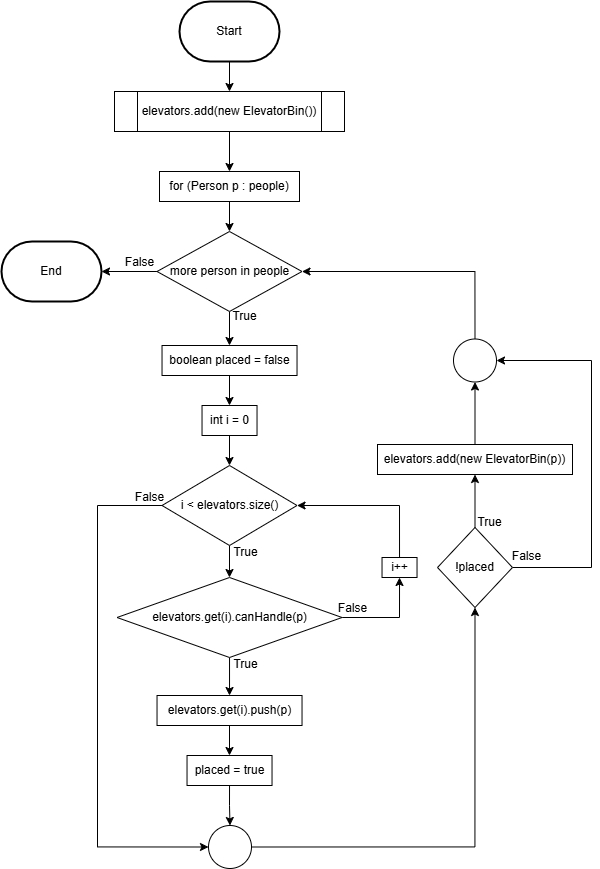
This is flowcharts/flowcharts-firstFit().drawio.png from Violetlily6060/Algorithm, a draw.io export, as it was before one commit. Source tidied: cells renumbered, new cells last; positions are measured from the earlier drawing's top-left corner, leaving out a move shared by most shapes. The source it was exported from:
```xml
<mxGraphModel>
  <root>
    <mxCell id="0" />
    <mxCell id="1" parent="0" />
    <mxCell id="2" style="edgeStyle=orthogonalEdgeStyle;rounded=0;jettySize=auto;html=1;" parent="1" edge="1" source="3" target="5">
      <mxGeometry relative="1" as="geometry" />
    </mxCell>
    <mxCell id="3" value="Start" style="strokeWidth=2;html=1;shape=mxgraph.flowchart.terminator;whiteSpace=wrap;" parent="1" vertex="1">
      <mxGeometry x="178" width="100" height="60" as="geometry" />
    </mxCell>
    <mxCell id="4" style="edgeStyle=orthogonalEdgeStyle;rounded=0;jettySize=auto;html=1;" parent="1" edge="1" source="5" target="7">
      <mxGeometry relative="1" as="geometry" />
    </mxCell>
    <mxCell id="5" value="elevators.add(new ElevatorBin())" style="shape=process;whiteSpace=wrap;html=1;backgroundOutline=1;" parent="1" vertex="1">
      <mxGeometry x="113" y="90" width="230" height="40" as="geometry" />
    </mxCell>
    <mxCell id="6" style="edgeStyle=orthogonalEdgeStyle;rounded=0;jettySize=auto;html=1;" parent="1" edge="1" source="7" target="10">
      <mxGeometry relative="1" as="geometry" />
    </mxCell>
    <mxCell id="7" value="for (Person p : people)" style="rounded=0;whiteSpace=wrap;html=1;" parent="1" vertex="1">
      <mxGeometry x="158" y="170" width="140" height="30" as="geometry" />
    </mxCell>
    <mxCell id="8" style="edgeStyle=orthogonalEdgeStyle;rounded=0;jettySize=auto;html=1;" parent="1" edge="1" source="10" target="42">
      <mxGeometry relative="1" as="geometry" />
    </mxCell>
    <mxCell id="9" style="edgeStyle=orthogonalEdgeStyle;rounded=0;jettySize=auto;html=1;" parent="1" edge="1" source="10" target="24">
      <mxGeometry relative="1" as="geometry" />
    </mxCell>
    <mxCell id="10" value="more person in people" style="rhombus;whiteSpace=wrap;html=1;" parent="1" vertex="1">
      <mxGeometry x="155.5" y="230" width="145" height="80" as="geometry" />
    </mxCell>
    <mxCell id="11" style="edgeStyle=orthogonalEdgeStyle;rounded=0;jettySize=auto;html=1;" parent="1" edge="1" source="12" target="15">
      <mxGeometry relative="1" as="geometry" />
    </mxCell>
    <mxCell id="12" value="int i = 0" style="rounded=0;whiteSpace=wrap;html=1;" parent="1" vertex="1">
      <mxGeometry x="200.5" y="404" width="55" height="30" as="geometry" />
    </mxCell>
    <mxCell id="13" style="edgeStyle=orthogonalEdgeStyle;rounded=0;jettySize=auto;html=1;" parent="1" edge="1" source="15" target="18">
      <mxGeometry relative="1" as="geometry" />
    </mxCell>
    <mxCell id="14" style="edgeStyle=orthogonalEdgeStyle;rounded=0;jettySize=auto;html=1;exitX=0;exitY=0.5;exitDx=0;exitDy=0;entryX=0;entryY=0.5;entryDx=0;entryDy=0;" parent="1" edge="1" source="15" target="38">
      <mxGeometry relative="1" as="geometry">
        <Array as="points">
          <mxPoint x="96" y="504" />
          <mxPoint x="96" y="846" />
        </Array>
      </mxGeometry>
    </mxCell>
    <mxCell id="15" value="i &amp;lt; elevators.size()" style="rhombus;whiteSpace=wrap;html=1;" parent="1" vertex="1">
      <mxGeometry x="160.5" y="464" width="135" height="80" as="geometry" />
    </mxCell>
    <mxCell id="16" style="edgeStyle=orthogonalEdgeStyle;rounded=0;jettySize=auto;html=1;exitX=0.5;exitY=1;exitDx=0;exitDy=0;entryX=0.5;entryY=0;entryDx=0;entryDy=0;" parent="1" edge="1" source="18" target="20">
      <mxGeometry relative="1" as="geometry" />
    </mxCell>
    <mxCell id="17" style="edgeStyle=orthogonalEdgeStyle;rounded=0;jettySize=auto;html=1;exitX=1;exitY=0.5;exitDx=0;exitDy=0;entryX=0.5;entryY=1;entryDx=0;entryDy=0;" parent="1" edge="1" source="18" target="26">
      <mxGeometry relative="1" as="geometry" />
    </mxCell>
    <mxCell id="18" value="elevators.get(i).canHandle(p)" style="rhombus;whiteSpace=wrap;html=1;" parent="1" vertex="1">
      <mxGeometry x="115.5" y="576" width="225" height="80" as="geometry" />
    </mxCell>
    <mxCell id="19" style="edgeStyle=orthogonalEdgeStyle;rounded=0;jettySize=auto;html=1;" parent="1" edge="1" source="20" target="22">
      <mxGeometry relative="1" as="geometry" />
    </mxCell>
    <mxCell id="20" value="elevators.get(i).push(p)" style="rounded=0;whiteSpace=wrap;html=1;" parent="1" vertex="1">
      <mxGeometry x="155.5" y="694" width="145" height="30" as="geometry" />
    </mxCell>
    <mxCell id="21" style="edgeStyle=orthogonalEdgeStyle;rounded=0;jettySize=auto;html=1;exitX=0.5;exitY=1;exitDx=0;exitDy=0;entryX=0.5;entryY=0;entryDx=0;entryDy=0;" parent="1" edge="1" source="22" target="38">
      <mxGeometry relative="1" as="geometry" />
    </mxCell>
    <mxCell id="22" value="placed = true" style="rounded=0;whiteSpace=wrap;html=1;" parent="1" vertex="1">
      <mxGeometry x="185.5" y="754" width="85" height="30" as="geometry" />
    </mxCell>
    <mxCell id="23" style="edgeStyle=orthogonalEdgeStyle;rounded=0;jettySize=auto;html=1;" parent="1" edge="1" source="24" target="12">
      <mxGeometry relative="1" as="geometry" />
    </mxCell>
    <mxCell id="24" value="boolean placed = false" style="rounded=0;whiteSpace=wrap;html=1;" parent="1" vertex="1">
      <mxGeometry x="160.5" y="344" width="135" height="30" as="geometry" />
    </mxCell>
    <mxCell id="25" style="edgeStyle=orthogonalEdgeStyle;rounded=0;jettySize=auto;html=1;exitX=0.5;exitY=0;exitDx=0;exitDy=0;entryX=1;entryY=0.5;entryDx=0;entryDy=0;" parent="1" edge="1" source="26" target="15">
      <mxGeometry relative="1" as="geometry" />
    </mxCell>
    <mxCell id="26" value="i++" style="rounded=0;whiteSpace=wrap;html=1;" parent="1" vertex="1">
      <mxGeometry x="380.5" y="556" width="35" height="20" as="geometry" />
    </mxCell>
    <mxCell id="27" style="edgeStyle=orthogonalEdgeStyle;rounded=0;jettySize=auto;html=1;" parent="1" edge="1" source="29" target="31">
      <mxGeometry relative="1" as="geometry" />
    </mxCell>
    <mxCell id="28" style="edgeStyle=orthogonalEdgeStyle;rounded=0;jettySize=auto;html=1;exitX=1;exitY=0.5;exitDx=0;exitDy=0;entryX=1;entryY=0.5;entryDx=0;entryDy=0;" parent="1" edge="1" source="29" target="41">
      <mxGeometry relative="1" as="geometry">
        <Array as="points">
          <mxPoint x="590" y="566" />
          <mxPoint x="590" y="359" />
        </Array>
      </mxGeometry>
    </mxCell>
    <mxCell id="29" value="!placed" style="rhombus;whiteSpace=wrap;html=1;" parent="1" vertex="1">
      <mxGeometry x="436" y="526" width="75" height="80" as="geometry" />
    </mxCell>
    <mxCell id="30" style="edgeStyle=orthogonalEdgeStyle;rounded=0;jettySize=auto;html=1;" parent="1" edge="1" source="31" target="41">
      <mxGeometry relative="1" as="geometry" />
    </mxCell>
    <mxCell id="31" value="elevators.add(new ElevatorBin(p))" style="rounded=0;whiteSpace=wrap;html=1;" parent="1" vertex="1">
      <mxGeometry x="376" y="443" width="195" height="30" as="geometry" />
    </mxCell>
    <mxCell id="32" value="True" style="text;html=1;align=center;verticalAlign=middle;strokeColor=none;fillColor=none;" parent="1" vertex="1">
      <mxGeometry x="217.5" y="300" width="50" height="30" as="geometry" />
    </mxCell>
    <mxCell id="33" value="True" style="text;html=1;align=center;verticalAlign=middle;strokeColor=none;fillColor=none;" parent="1" vertex="1">
      <mxGeometry x="218.5" y="536" width="50" height="30" as="geometry" />
    </mxCell>
    <mxCell id="34" value="True" style="text;html=1;align=center;verticalAlign=middle;strokeColor=none;fillColor=none;" parent="1" vertex="1">
      <mxGeometry x="218.5" y="648" width="50" height="30" as="geometry" />
    </mxCell>
    <mxCell id="35" value="False" style="text;html=1;align=center;verticalAlign=middle;strokeColor=none;fillColor=none;" parent="1" vertex="1">
      <mxGeometry x="325.5" y="592" width="50" height="30" as="geometry" />
    </mxCell>
    <mxCell id="36" value="False" style="text;html=1;align=center;verticalAlign=middle;strokeColor=none;fillColor=none;" parent="1" vertex="1">
      <mxGeometry x="122.5" y="481" width="50" height="30" as="geometry" />
    </mxCell>
    <mxCell id="37" style="edgeStyle=orthogonalEdgeStyle;rounded=0;jettySize=auto;html=1;exitX=1;exitY=0.5;exitDx=0;exitDy=0;entryX=0.5;entryY=1;entryDx=0;entryDy=0;" parent="1" edge="1" source="38" target="29">
      <mxGeometry relative="1" as="geometry" />
    </mxCell>
    <mxCell id="38" style="ellipse;whiteSpace=wrap;html=1;" parent="1" vertex="1">
      <mxGeometry x="207" y="824" width="43" height="43" as="geometry" />
    </mxCell>
    <mxCell id="39" value="False" style="text;html=1;align=center;verticalAlign=middle;strokeColor=none;fillColor=none;" parent="1" vertex="1">
      <mxGeometry x="113" y="246" width="50" height="30" as="geometry" />
    </mxCell>
    <mxCell id="40" style="edgeStyle=orthogonalEdgeStyle;rounded=0;jettySize=auto;html=1;exitX=0.5;exitY=0;exitDx=0;exitDy=0;entryX=1;entryY=0.5;entryDx=0;entryDy=0;" parent="1" edge="1" source="41" target="10">
      <mxGeometry relative="1" as="geometry" />
    </mxCell>
    <mxCell id="41" style="ellipse;whiteSpace=wrap;html=1;" parent="1" vertex="1">
      <mxGeometry x="452" y="337.5" width="43" height="43" as="geometry" />
    </mxCell>
    <mxCell id="42" value="End" style="strokeWidth=2;html=1;shape=mxgraph.flowchart.terminator;whiteSpace=wrap;" parent="1" vertex="1">
      <mxGeometry y="240" width="100" height="60" as="geometry" />
    </mxCell>
    <mxCell id="43" value="False" style="text;html=1;align=center;verticalAlign=middle;strokeColor=none;fillColor=none;" parent="1" vertex="1">
      <mxGeometry x="500" y="540" width="50" height="30" as="geometry" />
    </mxCell>
    <mxCell id="44" value="True" style="text;html=1;align=center;verticalAlign=middle;strokeColor=none;fillColor=none;" parent="1" vertex="1">
      <mxGeometry x="463" y="506" width="50" height="30" as="geometry" />
    </mxCell>
  </root>
</mxGraphModel>
```
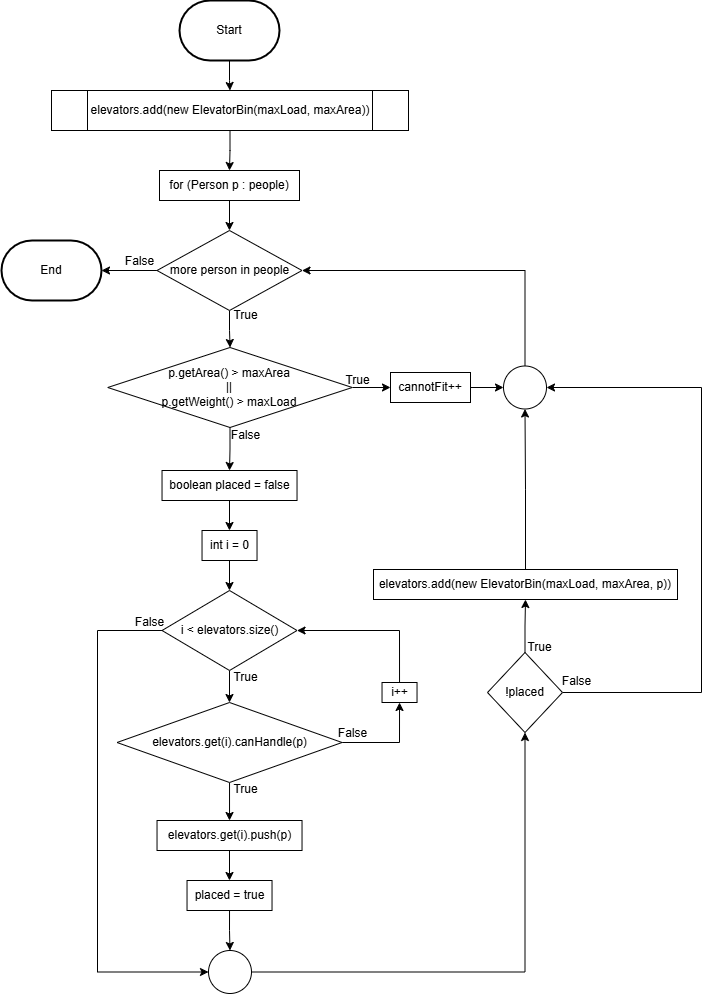
After the change.

The edit, as a diff of the source:
```diff
@@ -11,8 +11,8 @@
     <mxCell id="4" style="edgeStyle=orthogonalEdgeStyle;rounded=0;jettySize=auto;html=1;" parent="1" edge="1" source="5" target="7">
       <mxGeometry relative="1" as="geometry" />
     </mxCell>
-    <mxCell id="5" value="elevators.add(new ElevatorBin())" style="shape=process;whiteSpace=wrap;html=1;backgroundOutline=1;" parent="1" vertex="1">
-      <mxGeometry x="113" y="90" width="230" height="40" as="geometry" />
+    <mxCell id="5" value="elevators.add(new ElevatorBin(maxLoad, maxArea))" style="shape=process;whiteSpace=wrap;html=1;backgroundOutline=1;" parent="1" vertex="1">
+      <mxGeometry x="50" y="90" width="357" height="40" as="geometry" />
     </mxCell>
     <mxCell id="6" style="edgeStyle=orthogonalEdgeStyle;rounded=0;jettySize=auto;html=1;" parent="1" edge="1" source="7" target="10">
       <mxGeometry relative="1" as="geometry" />
@@ -23,9 +23,9 @@
     <mxCell id="8" style="edgeStyle=orthogonalEdgeStyle;rounded=0;jettySize=auto;html=1;" parent="1" edge="1" source="10" target="42">
       <mxGeometry relative="1" as="geometry" />
     </mxCell>
-    <mxCell id="9" style="edgeStyle=orthogonalEdgeStyle;rounded=0;jettySize=auto;html=1;" parent="1" edge="1" source="10" target="24">
-      <mxGeometry relative="1" as="geometry" />
-    </mxCell>
+    <mxCell id="45" style="edgeStyle=orthogonalEdgeStyle;rounded=0;jettySize=auto;html=1;" parent="1" edge="1" source="10" target="48">
+      <mxGeometry relative="1" as="geometry" />
+    </mxCell>
     <mxCell id="10" value="more person in people" style="rhombus;whiteSpace=wrap;html=1;" parent="1" vertex="1">
       <mxGeometry x="155.5" y="230" width="145" height="80" as="geometry" />
     </mxCell>
@@ -33,7 +33,7 @@
       <mxGeometry relative="1" as="geometry" />
     </mxCell>
     <mxCell id="12" value="int i = 0" style="rounded=0;whiteSpace=wrap;html=1;" parent="1" vertex="1">
-      <mxGeometry x="200.5" y="404" width="55" height="30" as="geometry" />
+      <mxGeometry x="200.5" y="530" width="55" height="30" as="geometry" />
     </mxCell>
     <mxCell id="13" style="edgeStyle=orthogonalEdgeStyle;rounded=0;jettySize=auto;html=1;" parent="1" edge="1" source="15" target="18">
       <mxGeometry relative="1" as="geometry" />
@@ -41,13 +41,13 @@
     <mxCell id="14" style="edgeStyle=orthogonalEdgeStyle;rounded=0;jettySize=auto;html=1;exitX=0;exitY=0.5;exitDx=0;exitDy=0;entryX=0;entryY=0.5;entryDx=0;entryDy=0;" parent="1" edge="1" source="15" target="38">
       <mxGeometry relative="1" as="geometry">
         <Array as="points">
-          <mxPoint x="96" y="504" />
-          <mxPoint x="96" y="846" />
+          <mxPoint x="96" y="630" />
+          <mxPoint x="96" y="972" />
         </Array>
       </mxGeometry>
     </mxCell>
     <mxCell id="15" value="i &amp;lt; elevators.size()" style="rhombus;whiteSpace=wrap;html=1;" parent="1" vertex="1">
-      <mxGeometry x="160.5" y="464" width="135" height="80" as="geometry" />
+      <mxGeometry x="160.5" y="590" width="135" height="80" as="geometry" />
     </mxCell>
     <mxCell id="16" style="edgeStyle=orthogonalEdgeStyle;rounded=0;jettySize=auto;html=1;exitX=0.5;exitY=1;exitDx=0;exitDy=0;entryX=0.5;entryY=0;entryDx=0;entryDy=0;" parent="1" edge="1" source="18" target="20">
       <mxGeometry relative="1" as="geometry" />
@@ -56,31 +56,31 @@
       <mxGeometry relative="1" as="geometry" />
     </mxCell>
     <mxCell id="18" value="elevators.get(i).canHandle(p)" style="rhombus;whiteSpace=wrap;html=1;" parent="1" vertex="1">
-      <mxGeometry x="115.5" y="576" width="225" height="80" as="geometry" />
+      <mxGeometry x="115.5" y="702" width="225" height="80" as="geometry" />
     </mxCell>
     <mxCell id="19" style="edgeStyle=orthogonalEdgeStyle;rounded=0;jettySize=auto;html=1;" parent="1" edge="1" source="20" target="22">
       <mxGeometry relative="1" as="geometry" />
     </mxCell>
     <mxCell id="20" value="elevators.get(i).push(p)" style="rounded=0;whiteSpace=wrap;html=1;" parent="1" vertex="1">
-      <mxGeometry x="155.5" y="694" width="145" height="30" as="geometry" />
+      <mxGeometry x="155.5" y="820" width="145" height="30" as="geometry" />
     </mxCell>
     <mxCell id="21" style="edgeStyle=orthogonalEdgeStyle;rounded=0;jettySize=auto;html=1;exitX=0.5;exitY=1;exitDx=0;exitDy=0;entryX=0.5;entryY=0;entryDx=0;entryDy=0;" parent="1" edge="1" source="22" target="38">
       <mxGeometry relative="1" as="geometry" />
     </mxCell>
     <mxCell id="22" value="placed = true" style="rounded=0;whiteSpace=wrap;html=1;" parent="1" vertex="1">
-      <mxGeometry x="185.5" y="754" width="85" height="30" as="geometry" />
+      <mxGeometry x="185.5" y="880" width="85" height="30" as="geometry" />
     </mxCell>
     <mxCell id="23" style="edgeStyle=orthogonalEdgeStyle;rounded=0;jettySize=auto;html=1;" parent="1" edge="1" source="24" target="12">
       <mxGeometry relative="1" as="geometry" />
     </mxCell>
     <mxCell id="24" value="boolean placed = false" style="rounded=0;whiteSpace=wrap;html=1;" parent="1" vertex="1">
-      <mxGeometry x="160.5" y="344" width="135" height="30" as="geometry" />
+      <mxGeometry x="160.5" y="470" width="135" height="30" as="geometry" />
     </mxCell>
     <mxCell id="25" style="edgeStyle=orthogonalEdgeStyle;rounded=0;jettySize=auto;html=1;exitX=0.5;exitY=0;exitDx=0;exitDy=0;entryX=1;entryY=0.5;entryDx=0;entryDy=0;" parent="1" edge="1" source="26" target="15">
       <mxGeometry relative="1" as="geometry" />
     </mxCell>
     <mxCell id="26" value="i++" style="rounded=0;whiteSpace=wrap;html=1;" parent="1" vertex="1">
-      <mxGeometry x="380.5" y="556" width="35" height="20" as="geometry" />
+      <mxGeometry x="380.5" y="682" width="35" height="20" as="geometry" />
     </mxCell>
     <mxCell id="27" style="edgeStyle=orthogonalEdgeStyle;rounded=0;jettySize=auto;html=1;" parent="1" edge="1" source="29" target="31">
       <mxGeometry relative="1" as="geometry" />
@@ -88,40 +88,40 @@
     <mxCell id="28" style="edgeStyle=orthogonalEdgeStyle;rounded=0;jettySize=auto;html=1;exitX=1;exitY=0.5;exitDx=0;exitDy=0;entryX=1;entryY=0.5;entryDx=0;entryDy=0;" parent="1" edge="1" source="29" target="41">
       <mxGeometry relative="1" as="geometry">
         <Array as="points">
-          <mxPoint x="590" y="566" />
-          <mxPoint x="590" y="359" />
+          <mxPoint x="700" y="692" />
+          <mxPoint x="700" y="387" />
         </Array>
       </mxGeometry>
     </mxCell>
     <mxCell id="29" value="!placed" style="rhombus;whiteSpace=wrap;html=1;" parent="1" vertex="1">
-      <mxGeometry x="436" y="526" width="75" height="80" as="geometry" />
+      <mxGeometry x="486" y="652" width="75" height="80" as="geometry" />
     </mxCell>
     <mxCell id="30" style="edgeStyle=orthogonalEdgeStyle;rounded=0;jettySize=auto;html=1;" parent="1" edge="1" source="31" target="41">
       <mxGeometry relative="1" as="geometry" />
     </mxCell>
-    <mxCell id="31" value="elevators.add(new ElevatorBin(p))" style="rounded=0;whiteSpace=wrap;html=1;" parent="1" vertex="1">
-      <mxGeometry x="376" y="443" width="195" height="30" as="geometry" />
+    <mxCell id="31" value="elevators.add(new ElevatorBin(maxLoad, maxArea, p))" style="rounded=0;whiteSpace=wrap;html=1;" parent="1" vertex="1">
+      <mxGeometry x="372" y="569" width="304" height="30" as="geometry" />
     </mxCell>
     <mxCell id="32" value="True" style="text;html=1;align=center;verticalAlign=middle;strokeColor=none;fillColor=none;" parent="1" vertex="1">
-      <mxGeometry x="217.5" y="300" width="50" height="30" as="geometry" />
+      <mxGeometry x="218.5" y="300" width="50" height="30" as="geometry" />
     </mxCell>
     <mxCell id="33" value="True" style="text;html=1;align=center;verticalAlign=middle;strokeColor=none;fillColor=none;" parent="1" vertex="1">
-      <mxGeometry x="218.5" y="536" width="50" height="30" as="geometry" />
+      <mxGeometry x="218.5" y="662" width="50" height="30" as="geometry" />
     </mxCell>
     <mxCell id="34" value="True" style="text;html=1;align=center;verticalAlign=middle;strokeColor=none;fillColor=none;" parent="1" vertex="1">
-      <mxGeometry x="218.5" y="648" width="50" height="30" as="geometry" />
+      <mxGeometry x="218.5" y="774" width="50" height="30" as="geometry" />
     </mxCell>
     <mxCell id="35" value="False" style="text;html=1;align=center;verticalAlign=middle;strokeColor=none;fillColor=none;" parent="1" vertex="1">
-      <mxGeometry x="325.5" y="592" width="50" height="30" as="geometry" />
+      <mxGeometry x="325.5" y="718" width="50" height="30" as="geometry" />
     </mxCell>
     <mxCell id="36" value="False" style="text;html=1;align=center;verticalAlign=middle;strokeColor=none;fillColor=none;" parent="1" vertex="1">
-      <mxGeometry x="122.5" y="481" width="50" height="30" as="geometry" />
+      <mxGeometry x="122.5" y="607" width="50" height="30" as="geometry" />
     </mxCell>
     <mxCell id="37" style="edgeStyle=orthogonalEdgeStyle;rounded=0;jettySize=auto;html=1;exitX=1;exitY=0.5;exitDx=0;exitDy=0;entryX=0.5;entryY=1;entryDx=0;entryDy=0;" parent="1" edge="1" source="38" target="29">
       <mxGeometry relative="1" as="geometry" />
     </mxCell>
     <mxCell id="38" style="ellipse;whiteSpace=wrap;html=1;" parent="1" vertex="1">
-      <mxGeometry x="207" y="824" width="43" height="43" as="geometry" />
+      <mxGeometry x="207" y="950" width="43" height="43" as="geometry" />
     </mxCell>
     <mxCell id="39" value="False" style="text;html=1;align=center;verticalAlign=middle;strokeColor=none;fillColor=none;" parent="1" vertex="1">
       <mxGeometry x="113" y="246" width="50" height="30" as="geometry" />
@@ -130,16 +130,37 @@
       <mxGeometry relative="1" as="geometry" />
     </mxCell>
     <mxCell id="41" style="ellipse;whiteSpace=wrap;html=1;" parent="1" vertex="1">
-      <mxGeometry x="452" y="337.5" width="43" height="43" as="geometry" />
+      <mxGeometry x="502" y="365.5" width="43" height="43" as="geometry" />
     </mxCell>
     <mxCell id="42" value="End" style="strokeWidth=2;html=1;shape=mxgraph.flowchart.terminator;whiteSpace=wrap;" parent="1" vertex="1">
       <mxGeometry y="240" width="100" height="60" as="geometry" />
     </mxCell>
     <mxCell id="43" value="False" style="text;html=1;align=center;verticalAlign=middle;strokeColor=none;fillColor=none;" parent="1" vertex="1">
-      <mxGeometry x="500" y="540" width="50" height="30" as="geometry" />
+      <mxGeometry x="550" y="666" width="50" height="30" as="geometry" />
     </mxCell>
     <mxCell id="44" value="True" style="text;html=1;align=center;verticalAlign=middle;strokeColor=none;fillColor=none;" parent="1" vertex="1">
-      <mxGeometry x="463" y="506" width="50" height="30" as="geometry" />
+      <mxGeometry x="513" y="632" width="50" height="30" as="geometry" />
     </mxCell>
+    <mxCell id="46" style="edgeStyle=orthogonalEdgeStyle;rounded=0;jettySize=auto;html=1;exitX=0.5;exitY=1;exitDx=0;exitDy=0;entryX=0.5;entryY=0;entryDx=0;entryDy=0;" parent="1" edge="1" source="48" target="24">
+      <mxGeometry relative="1" as="geometry" />
+    </mxCell>
+    <mxCell id="47" style="edgeStyle=orthogonalEdgeStyle;rounded=0;jettySize=auto;html=1;" parent="1" edge="1" source="48" target="51">
+      <mxGeometry relative="1" as="geometry" />
+    </mxCell>
+    <mxCell id="48" value="p.getArea() &amp;gt; maxArea&lt;br&gt;||&lt;div&gt;p.getWeight() &amp;gt; maxLoad&lt;/div&gt;" style="rhombus;whiteSpace=wrap;html=1;" parent="1" vertex="1">
+      <mxGeometry x="106.2" y="347" width="244.5" height="80" as="geometry" />
+    </mxCell>
+    <mxCell id="49" value="False" style="text;html=1;align=center;verticalAlign=middle;strokeColor=none;fillColor=none;" parent="1" vertex="1">
+      <mxGeometry x="218.5" y="420" width="50" height="30" as="geometry" />
+    </mxCell>
+    <mxCell id="50" style="edgeStyle=orthogonalEdgeStyle;rounded=0;jettySize=auto;html=1;" parent="1" edge="1" source="51" target="41">
+      <mxGeometry relative="1" as="geometry" />
+    </mxCell>
+    <mxCell id="51" value="cannotFit++" style="rounded=0;whiteSpace=wrap;html=1;" parent="1" vertex="1">
+      <mxGeometry x="389" y="372" width="80" height="30" as="geometry" />
+    </mxCell>
+    <mxCell id="52" value="True" style="text;html=1;align=center;verticalAlign=middle;strokeColor=none;fillColor=none;" parent="1" vertex="1">
+      <mxGeometry x="330.5" y="365" width="50" height="30" as="geometry" />
+    </mxCell>
   </root>
 </mxGraphModel>
```
